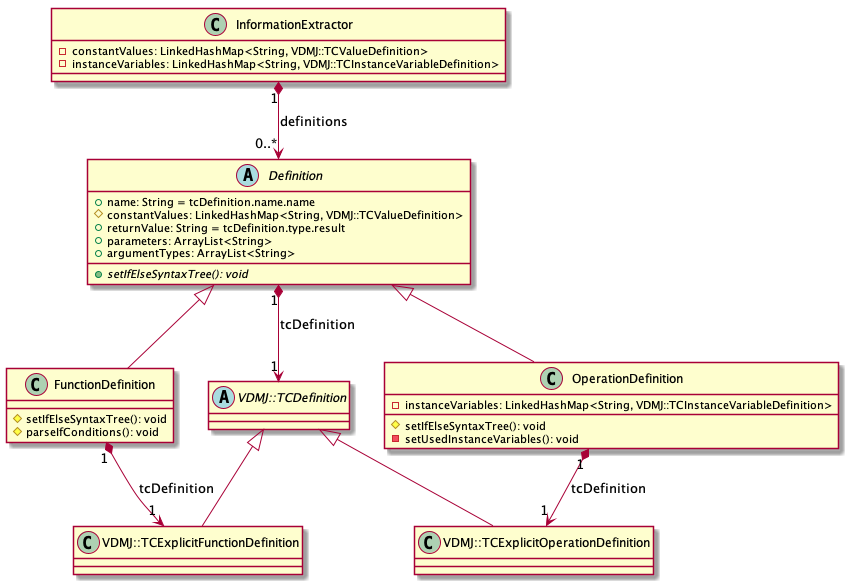
korosuke613/master-thesis keeps this PlantUML diagram as figs/Definition_class_diagram.png. Above is the earlier version.
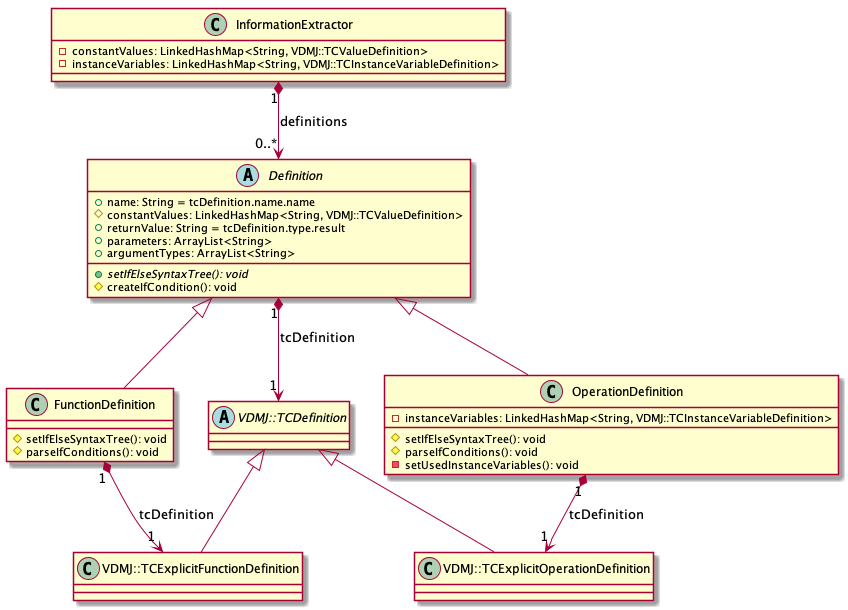
After the commit.

Commit message:
またもや修正！

What changed in the source:
```diff
@@ -13,6 +13,7 @@
      + parameters: ArrayList<String>
      + argumentTypes: ArrayList<String>
      + {abstract} setIfElseSyntaxTree(): void
+     # createIfCondition(): void
 }
 
 class FunctionDefinition{
@@ -23,6 +24,7 @@
 class OperationDefinition{
      - instanceVariables: LinkedHashMap<String, VDMJ::TCInstanceVariableDefinition>
      # setIfElseSyntaxTree(): void
+     # parseIfConditions(): void
      - setUsedInstanceVariables(): void
 }
 
```
